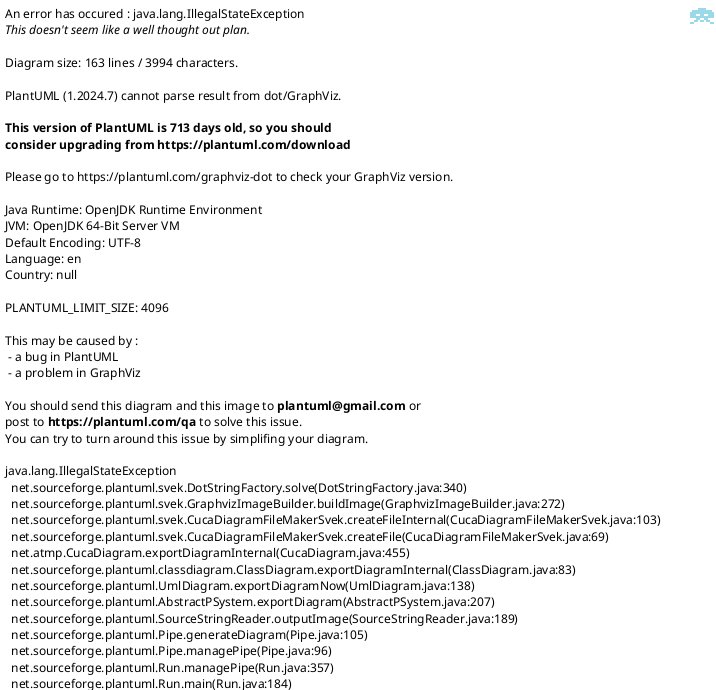
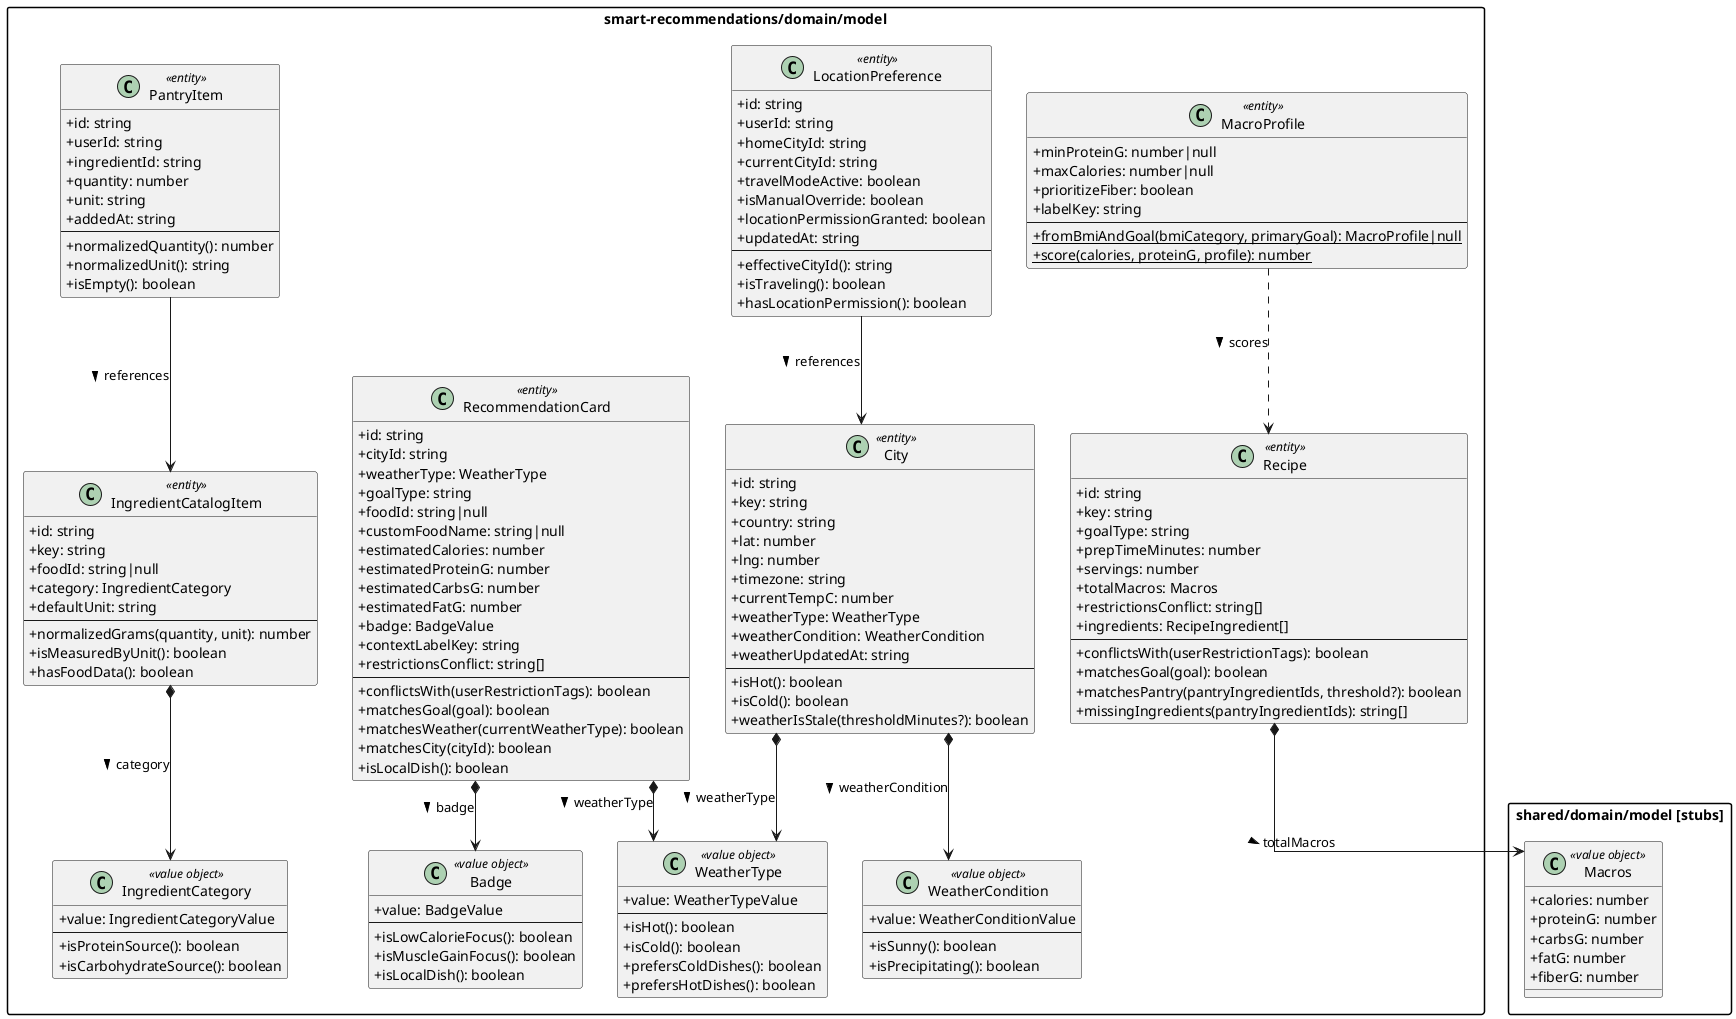
﻿@startuml
skinparam monochrome false
skinparam classAttributeIconSize 0
skinparam packageStyle rectangle
skinparam linetype ortho

package "shared/domain/model [stubs]" {
  class Macros <<value object>> {
    + calories: number
    + proteinG: number
    + carbsG: number
    + fatG: number
    + fiberG: number
  }
}

package "smart-recommendations/domain/model" {

  class City <<entity>> {
    + id: string
    + key: string
    + country: string
    + lat: number
    + lng: number
    + timezone: string
    + currentTempC: number
    + weatherType: WeatherType
    + weatherCondition: WeatherCondition
    + weatherUpdatedAt: string
    --
    + isHot(): boolean
    + isCold(): boolean
    + weatherIsStale(thresholdMinutes?): boolean
  }

  class IngredientCatalogItem <<entity>> {
    + id: string
    + key: string
    + foodId: string|null
    + category: IngredientCategory
    + defaultUnit: string
    --
    + normalizedGrams(quantity, unit): number
    + isMeasuredByUnit(): boolean
    + hasFoodData(): boolean
  }

  class LocationPreference <<entity>> {
    + id: string
    + userId: string
    + homeCityId: string
    + currentCityId: string
    + travelModeActive: boolean
    + isManualOverride: boolean
    + locationPermissionGranted: boolean
    + updatedAt: string
    --
    + effectiveCityId(): string
    + isTraveling(): boolean
    + hasLocationPermission(): boolean
  }

  class MacroProfile <<entity>> {
    + minProteinG: number|null
    + maxCalories: number|null
    + prioritizeFiber: boolean
    + labelKey: string
    --
    + {static} fromBmiAndGoal(bmiCategory, primaryGoal): MacroProfile|null
    + {static} score(calories, proteinG, profile): number
  }

  class PantryItem <<entity>> {
    + id: string
    + userId: string
    + ingredientId: string
    + quantity: number
    + unit: string
    + addedAt: string
    --
    + normalizedQuantity(): number
    + normalizedUnit(): string
    + isEmpty(): boolean
  }

  class Recipe <<entity>> {
    + id: string
    + key: string
    + goalType: string
    + prepTimeMinutes: number
    + servings: number
    + totalMacros: Macros
    + restrictionsConflict: string[]
    + ingredients: RecipeIngredient[]
    --
    + conflictsWith(userRestrictionTags): boolean
    + matchesGoal(goal): boolean
    + matchesPantry(pantryIngredientIds, threshold?): boolean
    + missingIngredients(pantryIngredientIds): string[]
  }

  class RecommendationCard <<entity>> {
    + id: string
    + cityId: string
    + weatherType: WeatherType
    + goalType: string
    + foodId: string|null
    + customFoodName: string|null
    + estimatedCalories: number
    + estimatedProteinG: number
    + estimatedCarbsG: number
    + estimatedFatG: number
    + badge: BadgeValue
    + contextLabelKey: string
    + restrictionsConflict: string[]
    --
    + conflictsWith(userRestrictionTags): boolean
    + matchesGoal(goal): boolean
    + matchesWeather(currentWeatherType): boolean
    + matchesCity(cityId): boolean
    + isLocalDish(): boolean
  }

  class Badge <<value object>> {
    + value: BadgeValue
    --
    + isLowCalorieFocus(): boolean
    + isMuscleGainFocus(): boolean
    + isLocalDish(): boolean
  }

  class IngredientCategory <<value object>> {
    + value: IngredientCategoryValue
    --
    + isProteinSource(): boolean
    + isCarbohydrateSource(): boolean
  }

  class WeatherCondition <<value object>> {
    + value: WeatherConditionValue
    --
    + isSunny(): boolean
    + isPrecipitating(): boolean
  }

  class WeatherType <<value object>> {
    + value: WeatherTypeValue
    --
    + isHot(): boolean
    + isCold(): boolean
    + prefersColdDishes(): boolean
    + prefersHotDishes(): boolean
  }
}

City *--> WeatherType : weatherType >
City *--> WeatherCondition : weatherCondition >
IngredientCatalogItem *--> IngredientCategory : category >
RecommendationCard *--> WeatherType : weatherType >
RecommendationCard *--> Badge : badge >
Recipe *--> Macros : totalMacros >
+ LocationPreference --> City : references >
+ PantryItem --> IngredientCatalogItem : references >
+ MacroProfile ..> Recipe : scores >

@enduml
